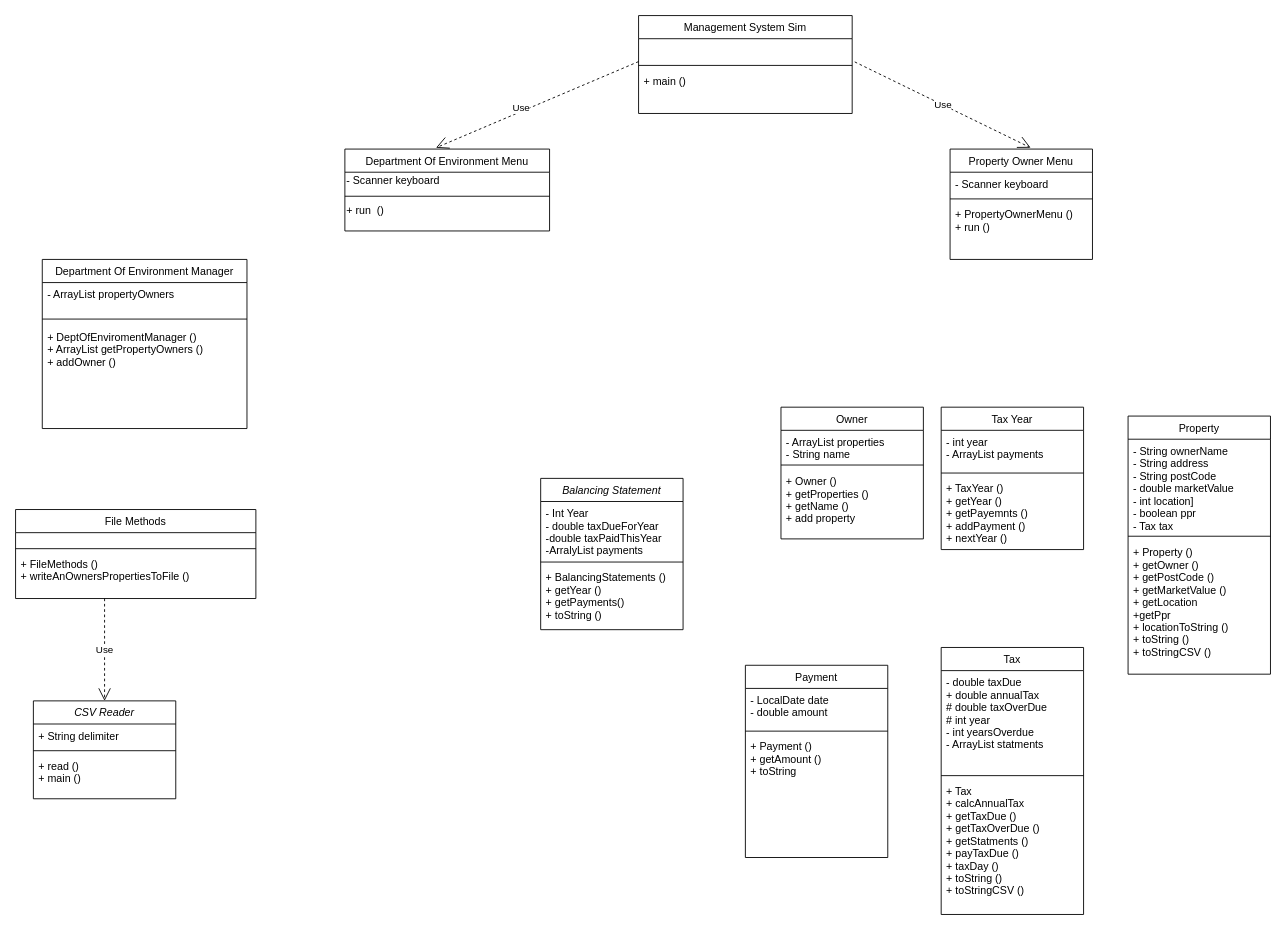
The draw.io diagram Untitled Diagram.drawio in DylanLambert502/TaxIrelandSolutionsLtd-, before the edit. Source tidied: cells renumbered, new cells numbered last; positions are measured from the earlier drawing's top-left corner, leaving out a move shared by most shapes. Both pictures are drawn from the tidied source at 89%, with x=0, y=0 at pixel (15, 15).
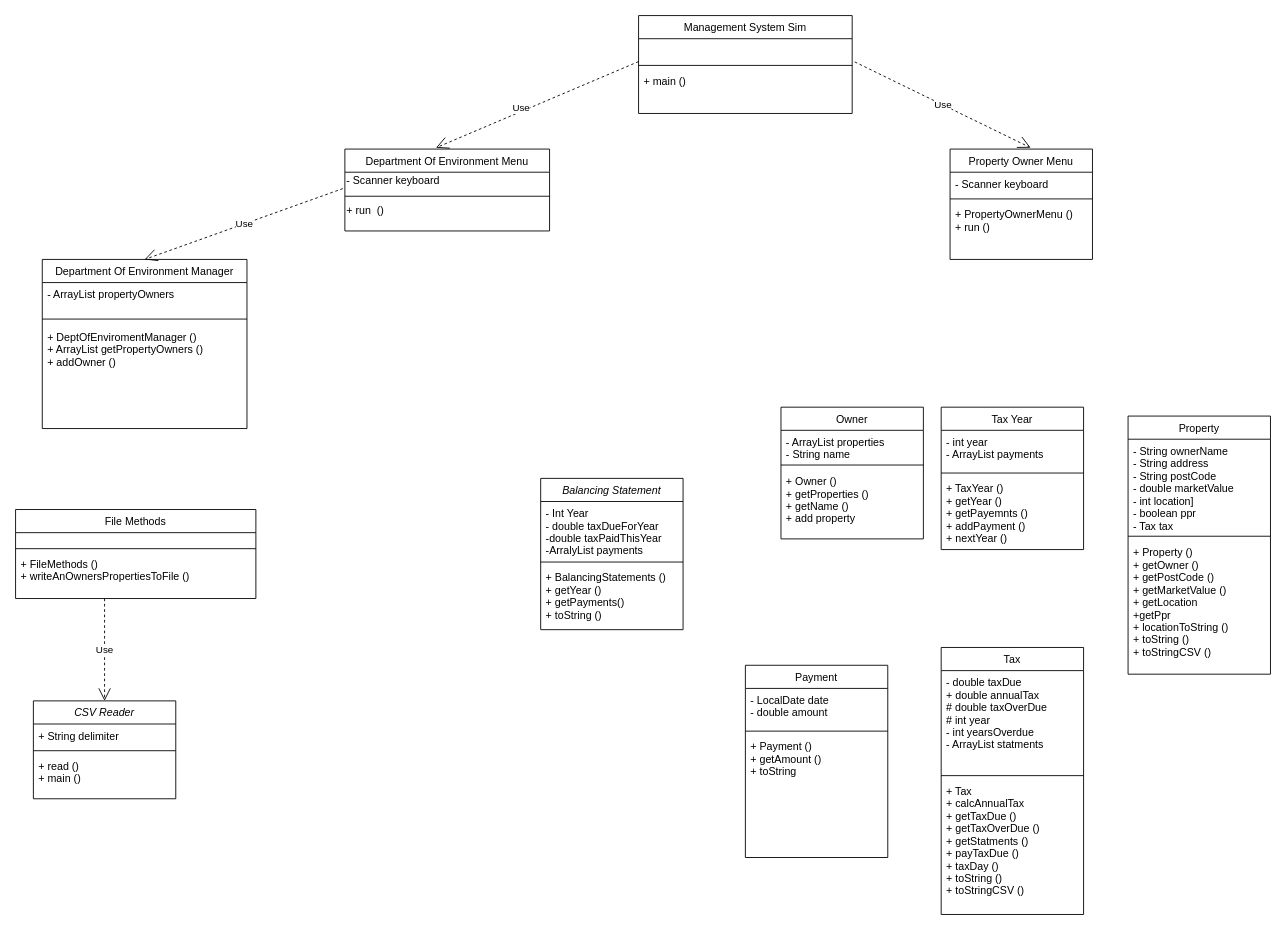
After the change.

The change refers to these unchanged cells:
```xml
<mxCell id="6" value="Department Of Environment Manager" style="swimlane;fontStyle=0;align=center;verticalAlign=top;horizontal=1;startSize=26;rounded=0;shadow=0;strokeWidth=1;" parent="1" vertex="1">
  <mxGeometry x="30" y="274" width="230" height="190" as="geometry" />
</mxCell>
<mxCell id="19" value="- Scanner keyboard" style="text;html=1;align=left;verticalAlign=middle;points=[];" parent="18" vertex="1">
  <mxGeometry y="26" width="230" height="20" as="geometry" />
</mxCell>
```

Diff of the diagram source:
```diff
@@
+    <mxCell id="54" value="Use" style="endArrow=open;endSize=12;dashed=1;html=1;exitX=-0.01;exitY=0.921;exitDx=0;exitDy=0;exitPerimeter=0;entryX=0.5;entryY=0;entryDx=0;entryDy=0;" parent="1" edge="1" source="19" target="6">
+      <mxGeometry relative="1" as="geometry" />
+    </mxCell>
```
